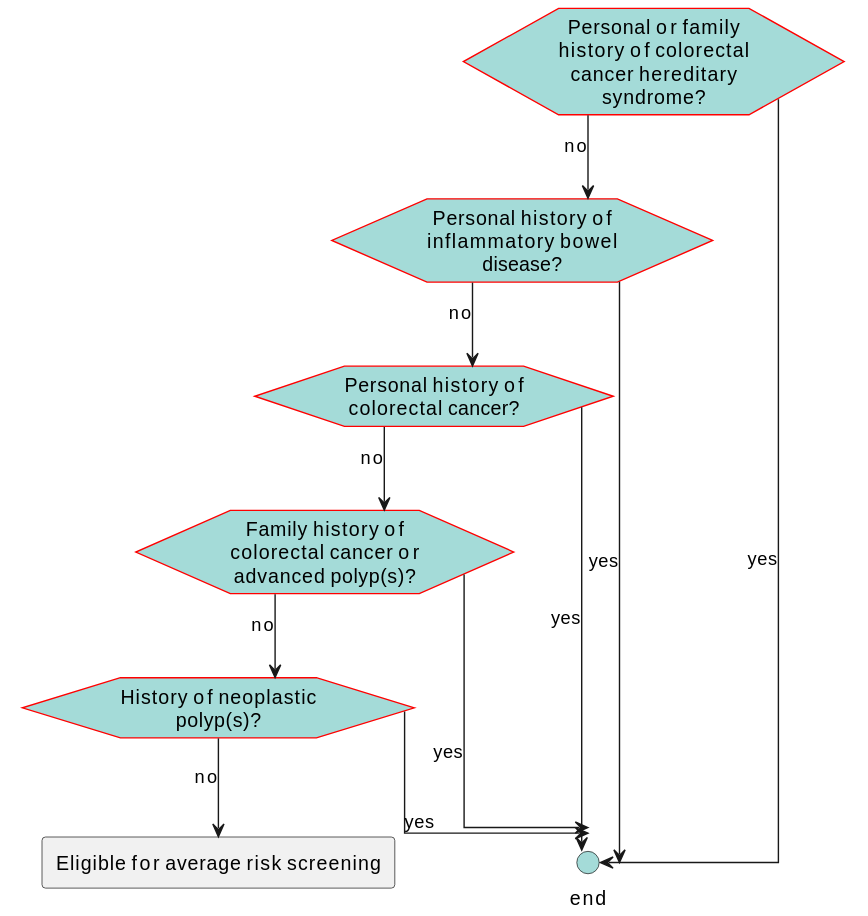
Above: images/flow-IncreasedRiskExclusions.svg in ccsm-cds-tools/CDC-Colorectal-Cancer-Screening-CDS-L2 (PlantUML), before the change.
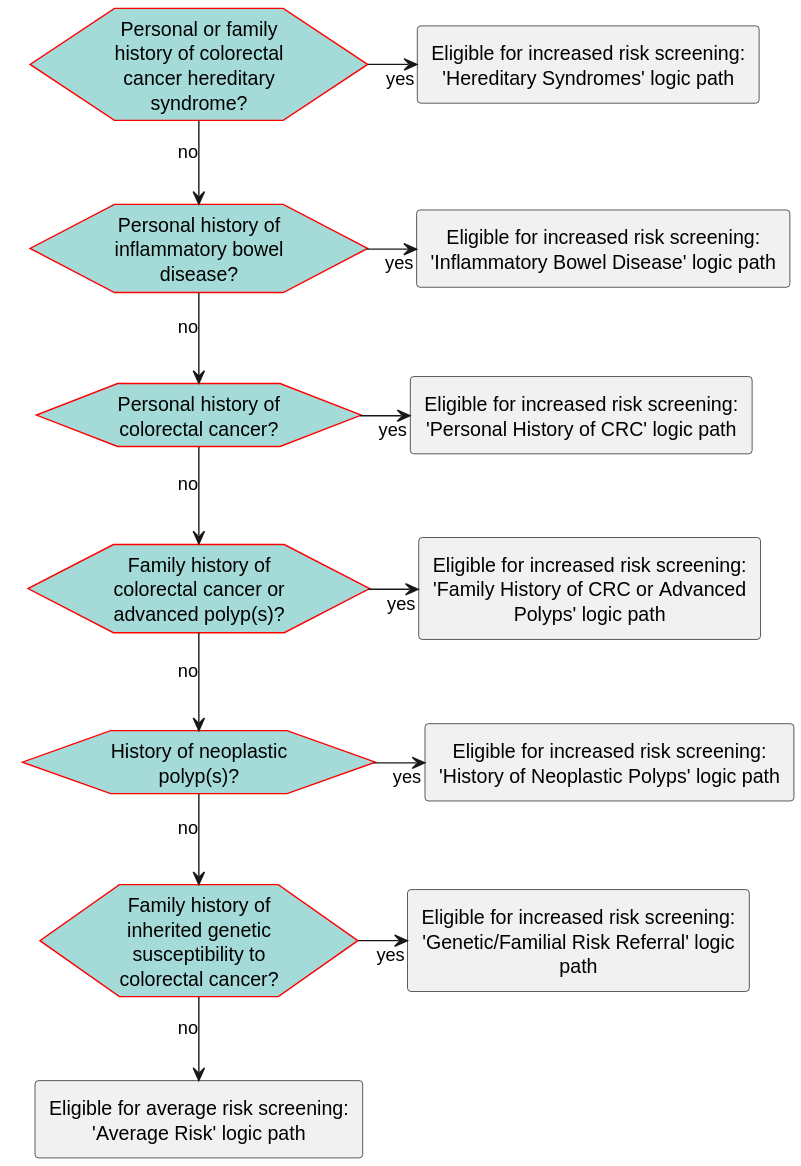
Above is the later version.

Diff of the diagram source:
```diff
@@ -17,21 +17,29 @@
     BackGroundColor: #A4DBD8
 }
 </style>
-hexagon "Personal or family history of colorectal cancer hereditary syndrome? " as eve_CRCHereditarySyndrome [[#eve-CRCHereditarySyndrome]]
+hexagon "Personal or family history of colorectal cancer hereditary syndrome? " as eve_HereditarySyndrome [[#eve-HereditarySyndrome]]
 hexagon "Personal history of inflammatory bowel disease?" as eve_IBD [[#eve-IBD]]
 hexagon "Personal history of colorectal cancer?" as eve_HxCRC [[#eve-HxCRC]]
 hexagon "Family history of colorectal cancer or advanced polyp(s)?" as eve_FamilyHx [[#eve-FamilyHx]]
 hexagon "History of neoplastic polyp(s)?" as eve_HxPolyps [[#eve-HxPolyps]]
-circle "end" as end_1 <<end>>
-rectangle "Eligible for average risk screening" as act_AvgRiskScreeningEligible [[#act-AvgRiskScreeningEligible]]
-eve_CRCHereditarySyndrome-->end_1: yes
-eve_CRCHereditarySyndrome-->eve_IBD: no
-eve_IBD-->end_1: yes
+hexagon "Family history of inherited genetic susceptibility to colorectal cancer?" as eve_FamHxGeneticMarker [[#eve-geneticRisk]]
+rectangle "Eligible for increased risk screening: 'Hereditary Syndromes' logic path" as act_CRCHereditarySyndrome [[#act-CRCHereditarySyndrome]]
+rectangle "Eligible for increased risk screening: 'Inflammatory Bowel Disease' logic path" as act_IBD [[#act-IBD]]
+rectangle "Eligible for increased risk screening: 'Personal History of CRC' logic path" as act_HxCRC [[#act-HxCRC]]
+rectangle "Eligible for increased risk screening: 'Family History of CRC or Advanced Polyps' logic path" as act_FamilyHxCRC [[#act-FamilyHxCRC]]
+rectangle "Eligible for increased risk screening: 'History of Neoplastic Polyps' logic path" as act_HxPolyps [[#act-HxPolyps]]
+rectangle "Eligible for increased risk screening: 'Genetic/Familial Risk Referral' logic path" as act_geneticRisk [[#act-geneticRisk]]
+rectangle "Eligible for average risk screening: 'Average Risk' logic path" as act_AvgRiskScreeningEligible [[#act-AvgRiskScreeningEligible]]
+eve_HereditarySyndrome-r->act_CRCHereditarySyndrome: yes
+eve_HereditarySyndrome-->eve_IBD: no
+eve_IBD-r->act_IBD: yes
 eve_IBD-->eve_HxCRC: no
-eve_HxCRC-->end_1: yes
+eve_HxCRC-r->act_HxCRC: yes
 eve_HxCRC-->eve_FamilyHx: no
-eve_FamilyHx-->end_1: yes
+eve_FamilyHx-r->act_FamilyHxCRC: yes
 eve_FamilyHx-->eve_HxPolyps: no
-eve_HxPolyps-->end_1: yes
-eve_HxPolyps-->act_AvgRiskScreeningEligible: no
+eve_HxPolyps-r->act_HxPolyps: yes
+eve_HxPolyps-->eve_FamHxGeneticMarker: no
+eve_FamHxGeneticMarker-r->act_geneticRisk: yes
+eve_FamHxGeneticMarker-->act_AvgRiskScreeningEligible: no
 @enduml
```
